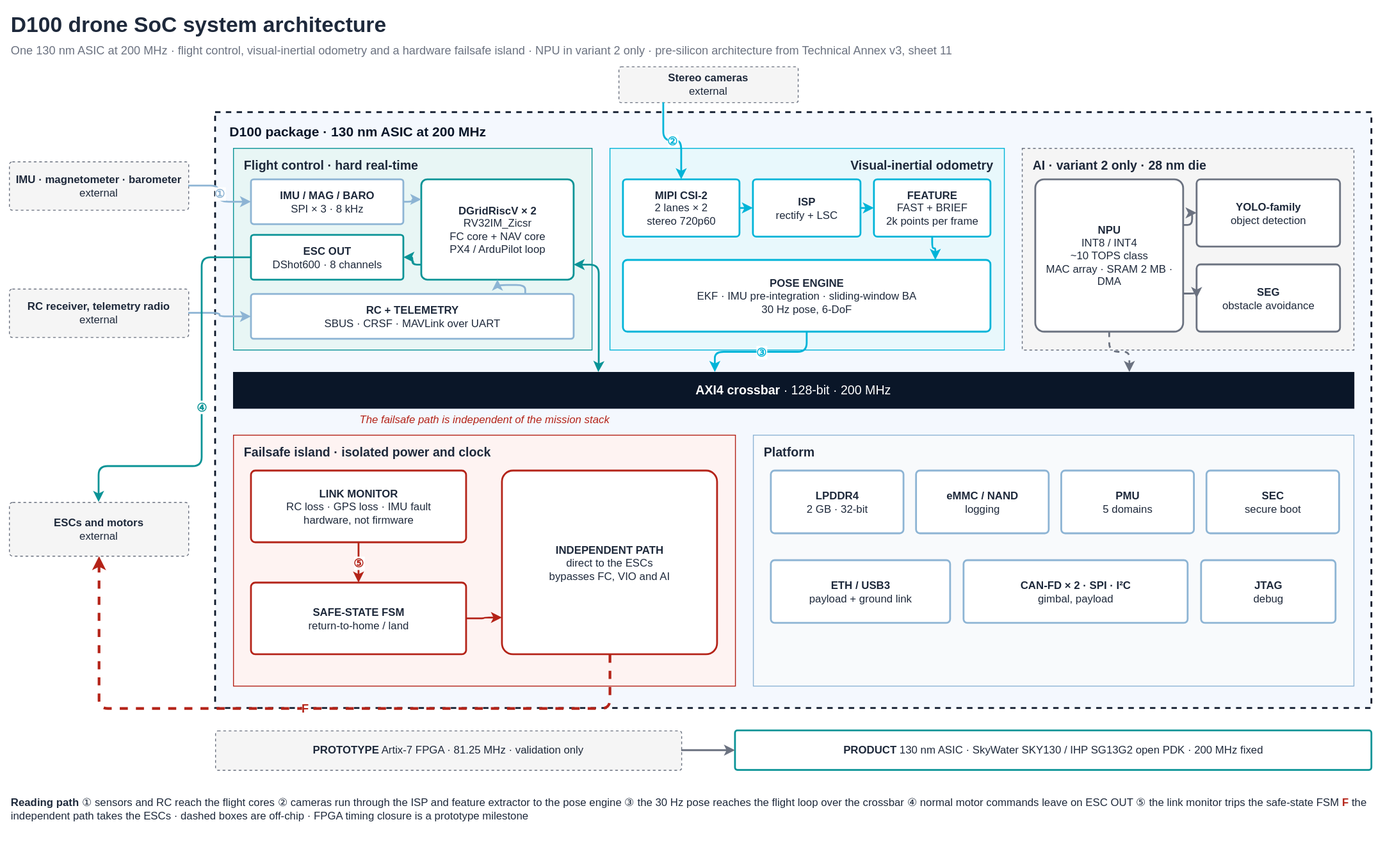
Before: public/diagrams/d100-architecture.svg, a diagram exported from draw.io (shekerkamma/deepgrid-dr-silicon-v10). Source tidied: cells renumbered, new cells last; positions are measured from the earlier drawing's top-left corner, leaving out a move shared by most shapes.
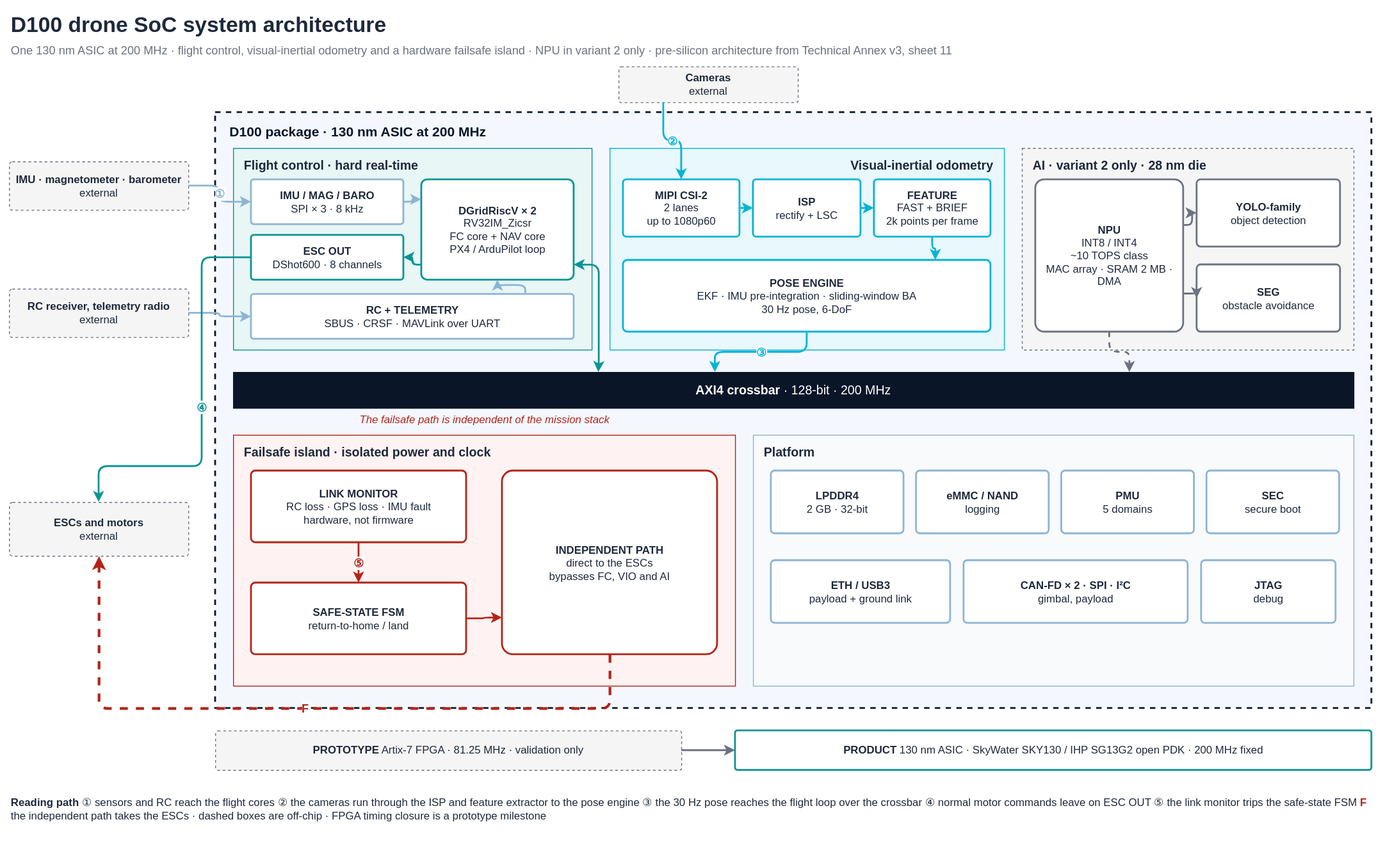
The same file after the commit.

What changed in the source:
```diff
@@ -11,7 +11,7 @@
     <mxCell id="4" value="D100 package  ·  130 nm ASIC at 200 MHz" style="rounded=0;whiteSpace=wrap;html=1;fillColor=#F4F8FE;strokeColor=#0A1628;strokeWidth=2;dashed=1;verticalAlign=top;align=left;spacingLeft=14;spacingTop=6;fontSize=15;fontStyle=1;fontColor=#0A1628;" parent="1" vertex="1">
       <mxGeometry x="230" y="115" width="1290" height="665" as="geometry" />
     </mxCell>
-    <mxCell id="5" value="&lt;b&gt;Stereo cameras&lt;/b&gt;&lt;br&gt;external" style="rounded=1;whiteSpace=wrap;html=1;fillColor=#F5F5F5;strokeColor=#6B7280;dashed=1;fontSize=12;fontColor=#1E293B;arcSize=6;" parent="1" vertex="1">
+    <mxCell id="5" value="&lt;b&gt;Cameras&lt;/b&gt;&lt;br&gt;external" style="rounded=1;whiteSpace=wrap;html=1;fillColor=#F5F5F5;strokeColor=#6B7280;dashed=1;fontSize=12;fontColor=#1E293B;arcSize=6;" parent="1" vertex="1">
       <mxGeometry x="680" y="64" width="200" height="40" as="geometry" />
     </mxCell>
     <mxCell id="6" value="&lt;b&gt;IMU · magnetometer · barometer&lt;/b&gt;&lt;br&gt;external" style="rounded=1;whiteSpace=wrap;html=1;fillColor=#F5F5F5;strokeColor=#6B7280;dashed=1;fontSize=12;fontColor=#1E293B;arcSize=6;" parent="1" vertex="1">
@@ -41,7 +41,7 @@
     <mxCell id="14" value="Visual-inertial odometry" style="rounded=0;whiteSpace=wrap;html=1;fillColor=#E8F8FC;strokeColor=#00B4D8;verticalAlign=top;align=left;spacingLeft=10;spacingTop=4;fontSize=14;fontStyle=1;fontColor=#1E293B;align=right;spacingRight=10;" parent="1" vertex="1">
       <mxGeometry x="670" y="155" width="440" height="225" as="geometry" />
     </mxCell>
-    <mxCell id="15" value="&lt;b&gt;MIPI CSI-2&lt;/b&gt;&lt;br&gt;2 lanes × 2&lt;br&gt;stereo 720p60" style="rounded=1;whiteSpace=wrap;html=1;fillColor=#FFFFFF;strokeColor=#00B4D8;strokeWidth=2;fontSize=12;fontColor=#1E293B;arcSize=6;" parent="1" vertex="1">
+    <mxCell id="15" value="&lt;b&gt;MIPI CSI-2&lt;/b&gt;&lt;br&gt;2 lanes&lt;br&gt;up to 1080p60" style="rounded=1;whiteSpace=wrap;html=1;fillColor=#FFFFFF;strokeColor=#00B4D8;strokeWidth=2;fontSize=12;fontColor=#1E293B;arcSize=6;" parent="1" vertex="1">
       <mxGeometry x="685" y="190" width="130" height="64" as="geometry" />
     </mxCell>
     <mxCell id="16" value="&lt;b&gt;ISP&lt;/b&gt;&lt;br&gt;rectify + LSC" style="rounded=1;whiteSpace=wrap;html=1;fillColor=#FFFFFF;strokeColor=#00B4D8;strokeWidth=2;fontSize=12;fontColor=#1E293B;arcSize=6;" parent="1" vertex="1">
@@ -116,7 +116,7 @@
     <mxCell id="39" style="edgeStyle=orthogonalEdgeStyle;rounded=1;html=1;strokeColor=#6B7280;strokeWidth=2;fontSize=13;fontStyle=1;fontColor=#6B7280;labelBackgroundColor=#FFFFFF;" parent="1" edge="1" source="37" target="38">
       <mxGeometry relative="1" as="geometry" />
     </mxCell>
-    <mxCell id="40" value="&lt;b&gt;Reading path&lt;/b&gt;   ① sensors and RC reach the flight cores   ② cameras run through the ISP and feature extractor to the pose engine   ③ the 30 Hz pose reaches the flight loop over the crossbar   ④ normal motor commands leave on ESC OUT   ⑤ the link monitor trips the safe-state FSM   &lt;font color='#B42318'&gt;&lt;b&gt;F&lt;/b&gt;&lt;/font&gt; the independent path takes the ESCs   ·   dashed boxes are off-chip   ·   FPGA timing closure is a prototype milestone" style="text;html=1;align=left;verticalAlign=middle;whiteSpace=wrap;fontSize=12;fontColor=#1E293B;" parent="1" vertex="1">
+    <mxCell id="40" value="&lt;b&gt;Reading path&lt;/b&gt;   ① sensors and RC reach the flight cores   ② the cameras run through the ISP and feature extractor to the pose engine   ③ the 30 Hz pose reaches the flight loop over the crossbar   ④ normal motor commands leave on ESC OUT   ⑤ the link monitor trips the safe-state FSM   &lt;font color='#B42318'&gt;&lt;b&gt;F&lt;/b&gt;&lt;/font&gt; the independent path takes the ESCs   ·   dashed boxes are off-chip   ·   FPGA timing closure is a prototype milestone" style="text;html=1;align=left;verticalAlign=middle;whiteSpace=wrap;fontSize=12;fontColor=#1E293B;" parent="1" vertex="1">
       <mxGeometry y="870" width="1520" height="44" as="geometry" />
     </mxCell>
     <mxCell id="41" value="①" style="edgeStyle=orthogonalEdgeStyle;rounded=1;html=1;strokeColor=#8DB4D4;strokeWidth=2;fontSize=13;fontStyle=1;fontColor=#8DB4D4;labelBackgroundColor=#FFFFFF;" parent="1" edge="1" source="6" target="10">
```
